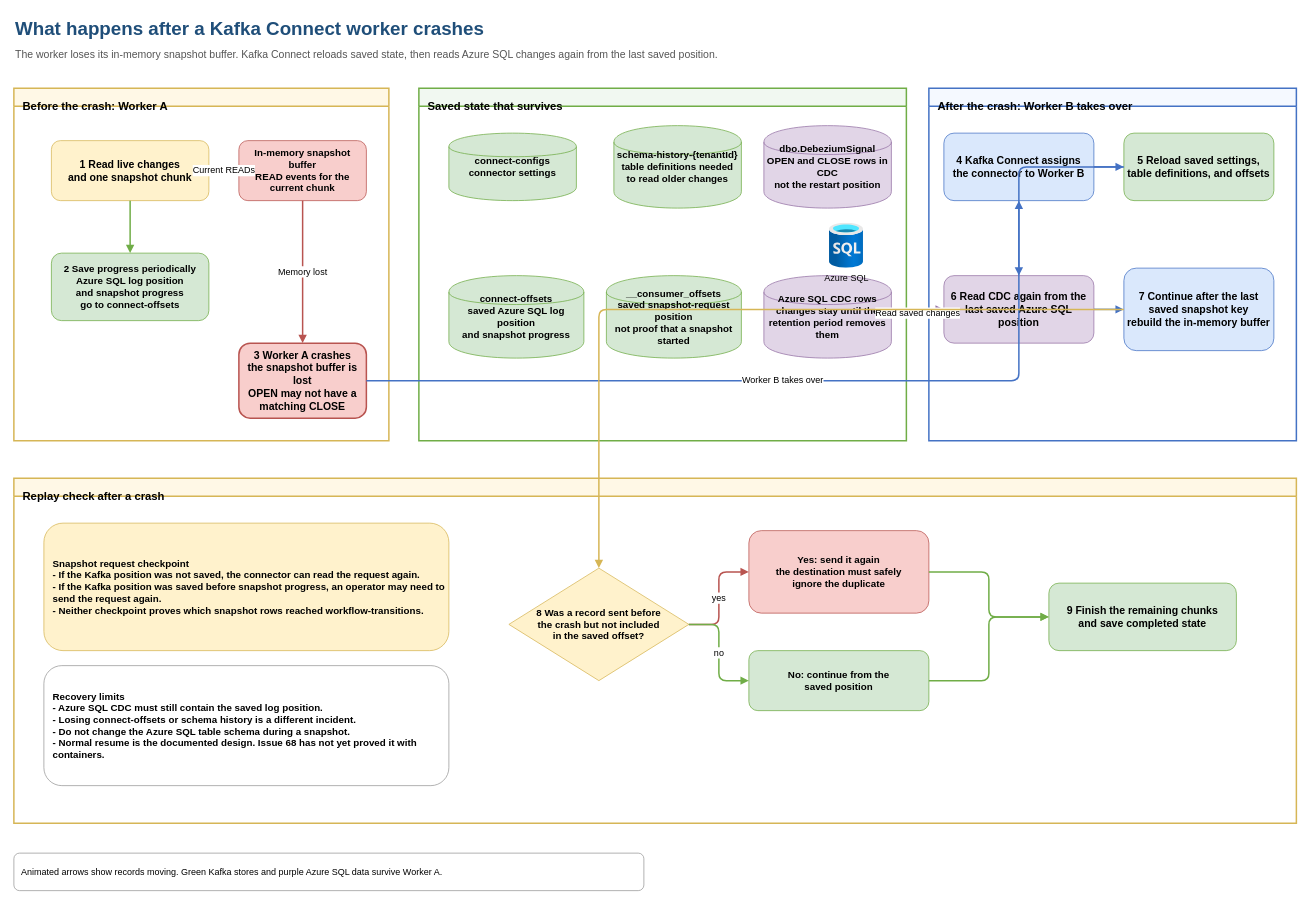
Above: docs/diagrams/incremental-snapshot-recovery.drawio in collaborationwithothers/cdc-platform-azure (draw.io), before the change. Source tidied: cells renumbered, new cells numbered last; positions are measured from the earlier drawing's top-left corner, leaving out a move shared by most shapes. Both pictures are drawn from the tidied source at 75%, with x=0, y=0 at pixel (14, 13).
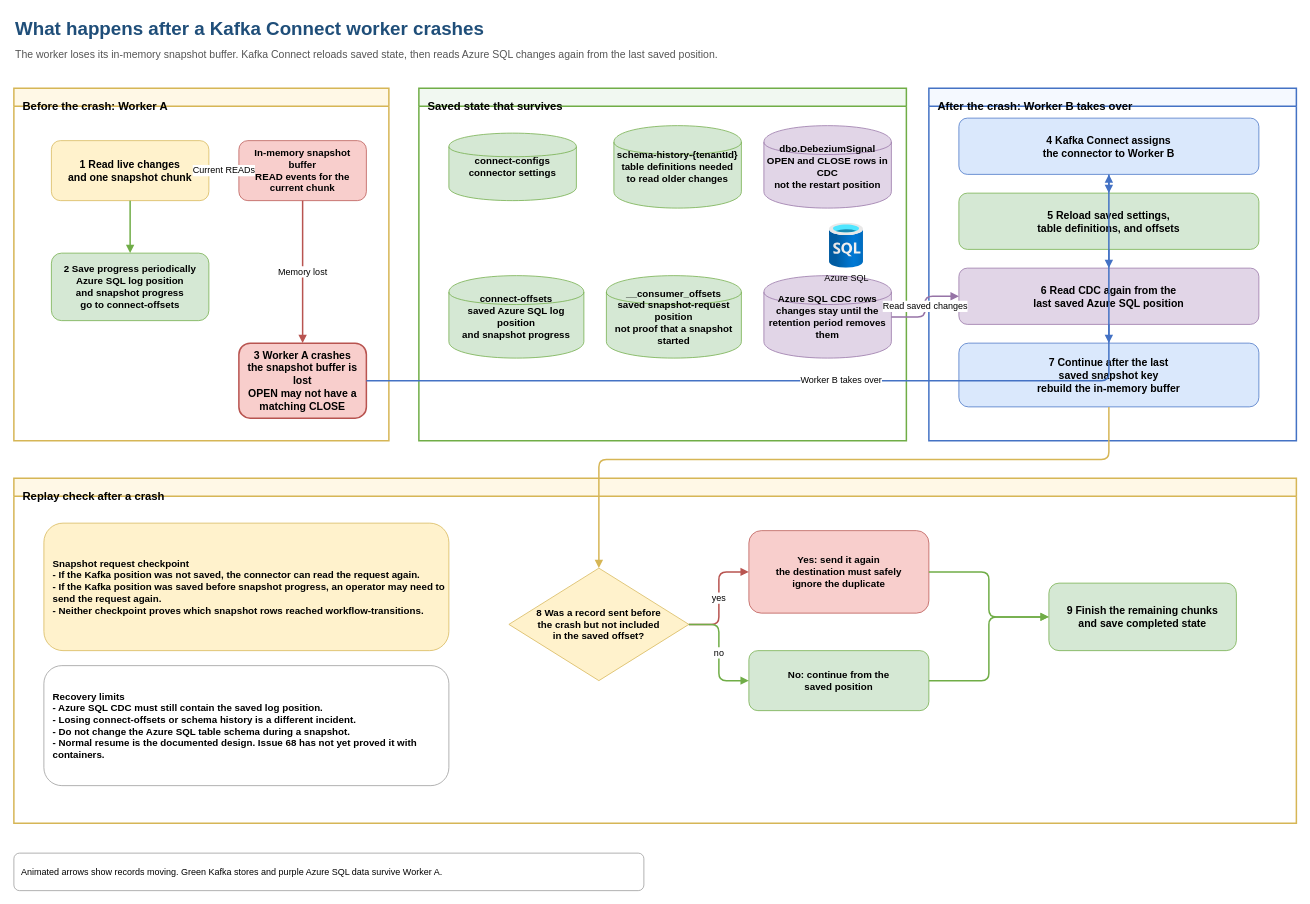
The same diagram, later.

Commit message (it also covers changes not shown here):
docs: untangle snapshot diagram paths (#68)

The change refers to these unchanged cells:
```xml
<mxCell id="6" value="After the crash: Worker B takes over" style="html=1;swimlane;startSize=24;whiteSpace=wrap;fillColor=#f5f9ff;strokeColor=#4472c4;strokeWidth=2;verticalAlign=top;align=left;spacingLeft=10;spacingTop=8;fontSize=15;fontStyle=1;" parent="1" vertex="1">
  <mxGeometry x="1220" y="100" width="490" height="470" as="geometry" />
</mxCell>
<mxCell id="22" value="8  Was a record sent before&lt;br&gt;the crash but not included&lt;br&gt;in the saved offset?" style="html=1;rhombus;whiteSpace=wrap;fillColor=#fff2cc;strokeColor=#d6b656;fontSize=13;fontStyle=1;" parent="21" vertex="1">
  <mxGeometry x="660" y="120" width="240" height="150" as="geometry" />
</mxCell>
```

The edit, as a diff of the source:
```diff
@@
     <mxCell id="17" value="4  Kafka Connect assigns&lt;br&gt;the connector to Worker B" style="html=1;rounded=1;whiteSpace=wrap;fillColor=#dae8fc;strokeColor=#4472c4;fontSize=14;fontStyle=1;" parent="6" vertex="1">
-      <mxGeometry x="20" y="60" width="200" height="90" as="geometry" />
+      <mxGeometry x="40" y="40" width="400" height="75" as="geometry" />
     </mxCell>
     <mxCell id="18" value="5  Reload saved settings,&lt;br&gt;table definitions, and offsets" style="html=1;rounded=1;whiteSpace=wrap;fillColor=#d5e8d4;strokeColor=#70ad47;fontSize=14;fontStyle=1;" parent="6" vertex="1">
-      <mxGeometry x="260" y="60" width="200" height="90" as="geometry" />
+      <mxGeometry x="40" y="140" width="400" height="75" as="geometry" />
     </mxCell>
     <mxCell id="19" value="6  Read CDC again from the&lt;br&gt;last saved Azure SQL position" style="html=1;rounded=1;whiteSpace=wrap;fillColor=#e1d5e7;strokeColor=#9673a6;fontSize=14;fontStyle=1;" parent="6" vertex="1">
-      <mxGeometry x="20" y="250" width="200" height="90" as="geometry" />
+      <mxGeometry x="40" y="240" width="400" height="75" as="geometry" />
     </mxCell>
     <mxCell id="20" value="7  Continue after the last&lt;br&gt;saved snapshot key&lt;br&gt;rebuild the in-memory buffer" style="html=1;rounded=1;whiteSpace=wrap;fillColor=#dae8fc;strokeColor=#4472c4;fontSize=14;fontStyle=1;" parent="6" vertex="1">
-      <mxGeometry x="260" y="240" width="200" height="110" as="geometry" />
+      <mxGeometry x="40" y="340" width="400" height="85" as="geometry" />
     </mxCell>
@@
-    <mxCell id="36" style="html=1;edgeStyle=orthogonalEdgeStyle;rounded=1;jettySize=auto;strokeColor=#d6b656;strokeWidth=2;endArrow=block;flowAnimation=1;" parent="1" edge="1" source="20" target="22">
-      <mxGeometry relative="1" as="geometry" />
+    <mxCell id="36" style="html=1;edgeStyle=orthogonalEdgeStyle;rounded=1;jettySize=auto;strokeColor=#d6b656;strokeWidth=2;endArrow=block;flowAnimation=1;exitX=0.5;exitY=1;exitDx=0;exitDy=0;entryX=0.5;entryY=0;entryDx=0;entryDy=0;" parent="1" edge="1" source="20" target="22">
+      <mxGeometry relative="1" as="geometry">
+        <Array as="points">
+          <mxPoint x="1460" y="595" />
+          <mxPoint x="780" y="595" />
+        </Array>
+      </mxGeometry>
     </mxCell>
```
